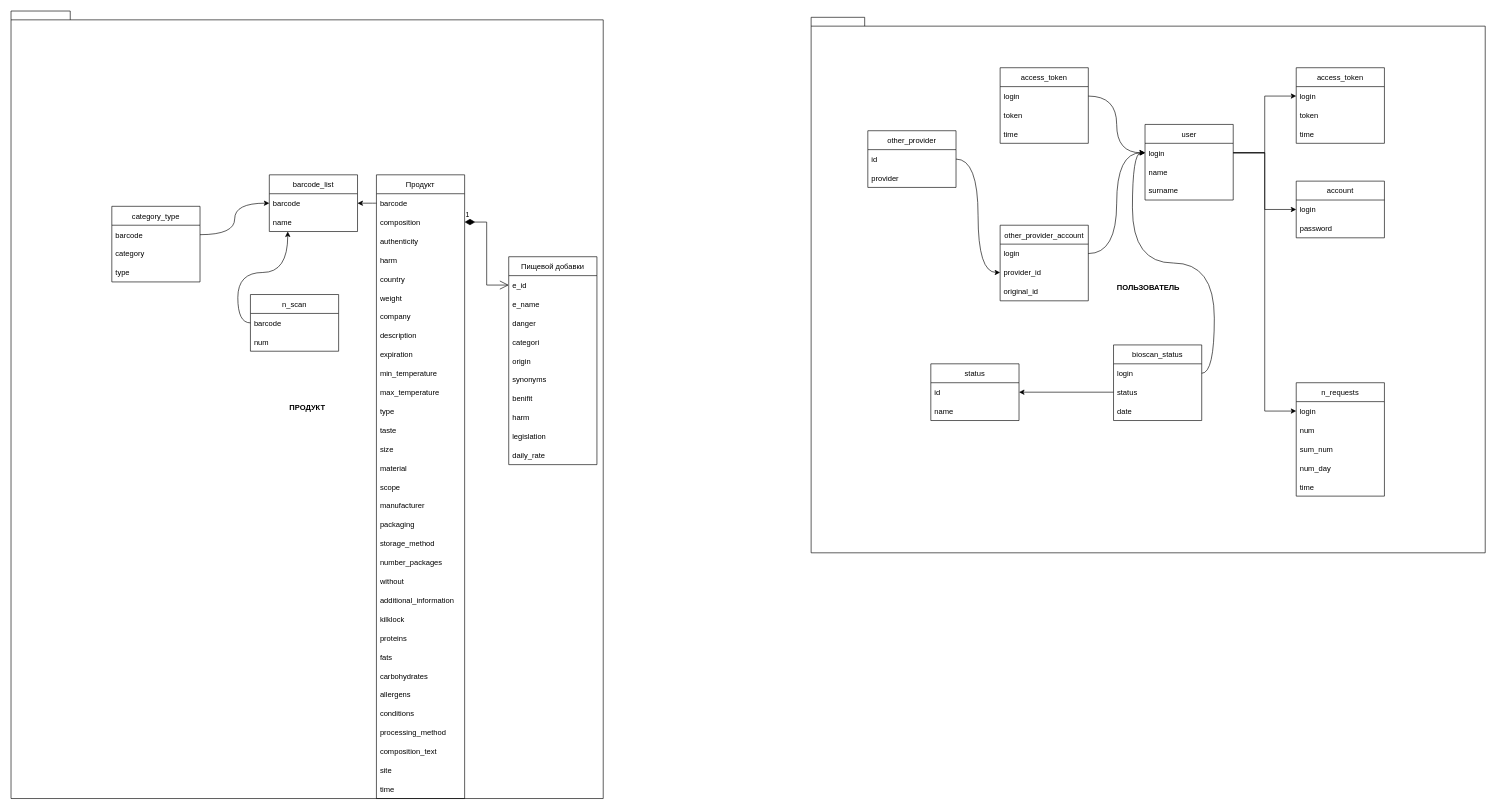
Earlier version of the draw.io diagram 4_course/МиСПИС/MPO.drawio (tedmon1998/ISiT). Source tidied: cells renumbered, new cells numbered last; positions are measured from the earlier drawing's top-left corner, leaving out a move shared by most shapes. Both pictures are drawn from the tidied source at 63%, with x=0, y=0 at pixel (11, 11).
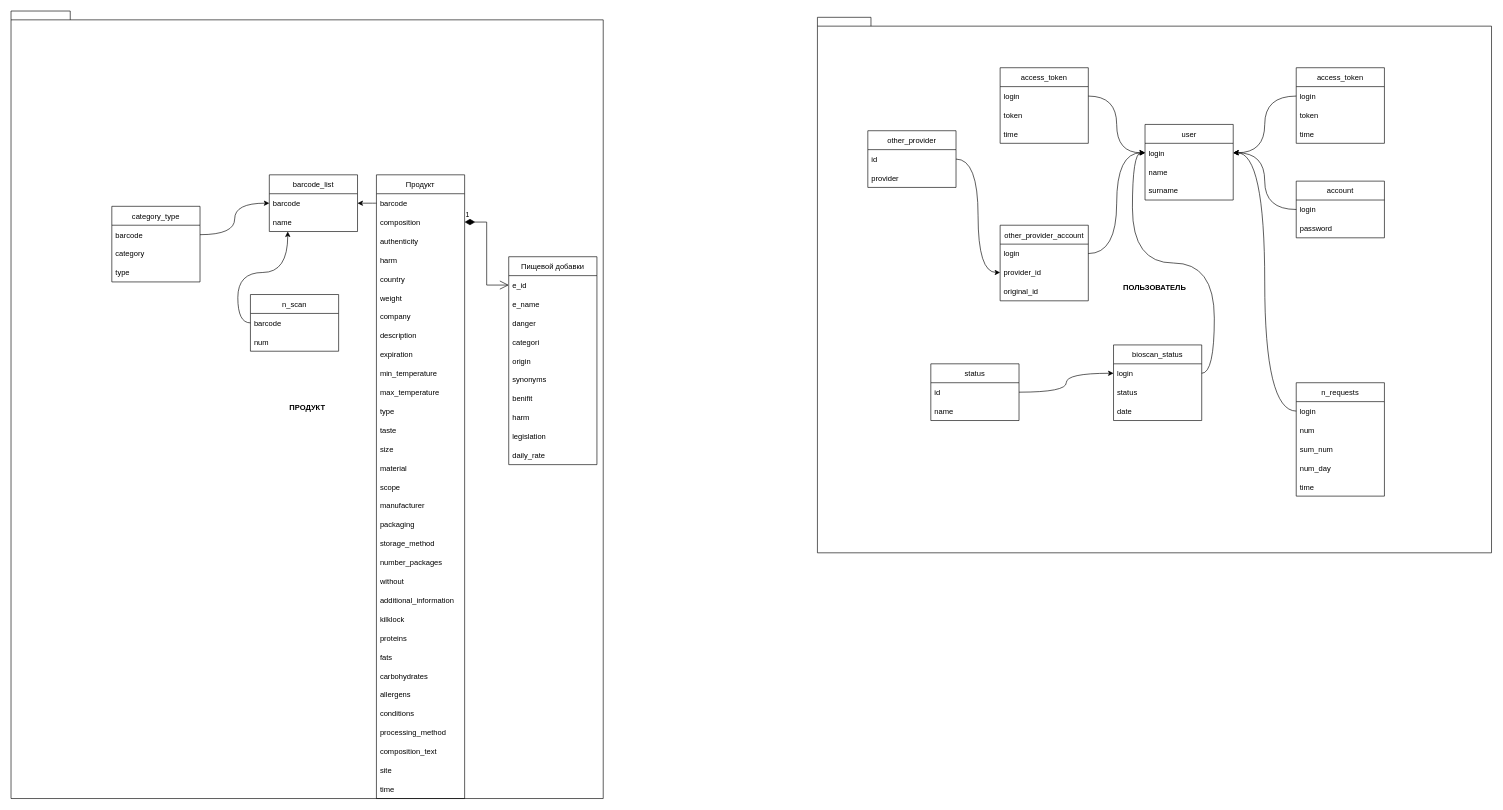
The same page after the edit.

The change refers to these unchanged cells:
```xml
<mxCell id="60" value="login" style="text;strokeColor=none;fillColor=none;align=left;verticalAlign=middle;spacingLeft=4;spacingRight=4;overflow=hidden;points=[[0,0.5],[1,0.5]];portConstraint=eastwest;" parent="59" vertex="1">
  <mxGeometry y="30" width="140" height="30" as="geometry" />
</mxCell>
<mxCell id="64" value="login" style="text;strokeColor=none;fillColor=none;align=left;verticalAlign=middle;spacingLeft=4;spacingRight=4;overflow=hidden;points=[[0,0.5],[1,0.5]];portConstraint=eastwest;" parent="63" vertex="1">
  <mxGeometry y="30" width="140" height="30" as="geometry" />
</mxCell>
<mxCell id="69" value="login" style="text;strokeColor=none;fillColor=none;align=left;verticalAlign=middle;spacingLeft=4;spacingRight=4;overflow=hidden;points=[[0,0.5],[1,0.5]];portConstraint=eastwest;" parent="68" vertex="1">
  <mxGeometry y="30" width="140" height="30" as="geometry" />
</mxCell>
<mxCell id="73" value="login" style="text;strokeColor=none;fillColor=none;align=left;verticalAlign=middle;spacingLeft=4;spacingRight=4;overflow=hidden;points=[[0,0.5],[1,0.5]];portConstraint=eastwest;" parent="72" vertex="1">
  <mxGeometry y="30" width="140" height="30" as="geometry" />
</mxCell>
<mxCell id="74" value="status" style="text;strokeColor=none;fillColor=none;align=left;verticalAlign=middle;spacingLeft=4;spacingRight=4;overflow=hidden;points=[[0,0.5],[1,0.5]];portConstraint=eastwest;" parent="72" vertex="1">
  <mxGeometry y="60" width="140" height="30" as="geometry" />
</mxCell>
<mxCell id="77" value="login" style="text;strokeColor=none;fillColor=none;align=left;verticalAlign=middle;spacingLeft=4;spacingRight=4;overflow=hidden;points=[[0,0.5],[1,0.5]];portConstraint=eastwest;" parent="76" vertex="1">
  <mxGeometry y="30" width="140" height="30" as="geometry" />
</mxCell>
<mxCell id="95" value="id" style="text;strokeColor=none;fillColor=none;align=left;verticalAlign=middle;spacingLeft=4;spacingRight=4;overflow=hidden;points=[[0,0.5],[1,0.5]];portConstraint=eastwest;" parent="94" vertex="1">
  <mxGeometry y="30" width="140" height="30" as="geometry" />
</mxCell>
```

Change to the diagram source:
```diff
@@
     <mxCell id="2" value="ПОЛЬЗОВАТЕЛЬ" style="shape=folder;fontStyle=1;spacingTop=10;tabWidth=40;tabHeight=14;tabPosition=left;html=1;" parent="1" vertex="1">
-      <mxGeometry x="1270" y="10" width="1070" height="850" as="geometry" />
+      <mxGeometry x="1280" y="10" width="1070" height="850" as="geometry" />
     </mxCell>
@@
-    <mxCell id="67" style="edgeStyle=orthogonalEdgeStyle;rounded=0;jettySize=auto;html=1;" parent="1" edge="1" source="60" target="64">
-      <mxGeometry relative="1" as="geometry" />
-    </mxCell>
@@
-    <mxCell id="71" style="edgeStyle=orthogonalEdgeStyle;rounded=0;jettySize=auto;html=1;entryX=0;entryY=0.5;entryDx=0;entryDy=0;" parent="1" edge="1" source="60" target="69">
-      <mxGeometry relative="1" as="geometry" />
-    </mxCell>
@@
-    <mxCell id="82" style="edgeStyle=orthogonalEdgeStyle;rounded=0;jettySize=auto;html=1;entryX=0;entryY=0.5;entryDx=0;entryDy=0;" parent="1" edge="1" source="60" target="77">
-      <mxGeometry relative="1" as="geometry" />
-    </mxCell>
@@
-    <mxCell id="97" style="edgeStyle=orthogonalEdgeStyle;rounded=0;jettySize=auto;html=1;entryX=1;entryY=0.5;entryDx=0;entryDy=0;" parent="1" edge="1" source="74" target="95">
-      <mxGeometry relative="1" as="geometry" />
-    </mxCell>
@@
+    <mxCell id="105" style="edgeStyle=orthogonalEdgeStyle;rounded=0;jettySize=auto;html=1;exitX=1;exitY=0.5;exitDx=0;exitDy=0;entryX=0;entryY=0.5;entryDx=0;entryDy=0;curved=1;" parent="1" edge="1" source="95" target="73">
+      <mxGeometry relative="1" as="geometry" />
+    </mxCell>
+    <mxCell id="106" style="edgeStyle=orthogonalEdgeStyle;rounded=0;jettySize=auto;html=1;exitX=0;exitY=0.5;exitDx=0;exitDy=0;entryX=1;entryY=0.5;entryDx=0;entryDy=0;curved=1;" parent="1" edge="1" source="69" target="60">
+      <mxGeometry relative="1" as="geometry" />
+    </mxCell>
+    <mxCell id="107" style="edgeStyle=orthogonalEdgeStyle;curved=1;rounded=0;jettySize=auto;html=1;exitX=0;exitY=0.5;exitDx=0;exitDy=0;entryX=1;entryY=0.5;entryDx=0;entryDy=0;" parent="1" edge="1" source="77" target="60">
+      <mxGeometry relative="1" as="geometry" />
+    </mxCell>
+    <mxCell id="108" style="edgeStyle=orthogonalEdgeStyle;curved=1;rounded=0;jettySize=auto;html=1;exitX=0;exitY=0.5;exitDx=0;exitDy=0;entryX=1;entryY=0.5;entryDx=0;entryDy=0;" parent="1" edge="1" source="64" target="60">
+      <mxGeometry relative="1" as="geometry" />
+    </mxCell>
```
